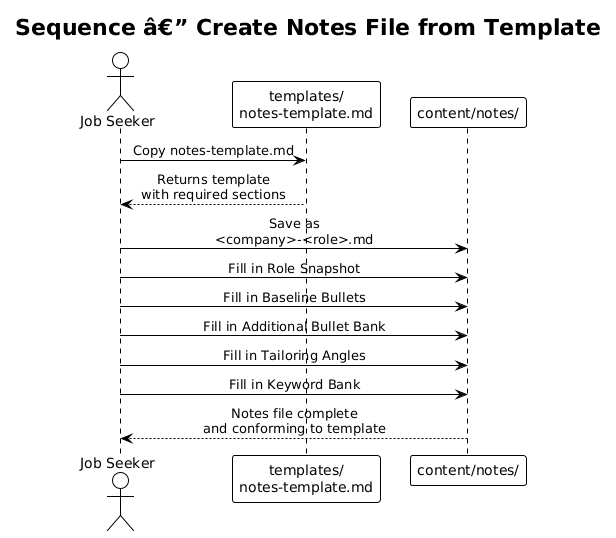
QuinntyneBrown/Orbit keeps this PlantUML diagram as docs/detailed-designs/01-resume-content-management/diagrams/sequence_notes_template.png. Above is the earlier version. The source it was exported from:
```plantuml
@startuml
!theme plain
skinparam sequenceMessageAlign center

title Sequence â€” Create Notes File from Template

actor "Job Seeker" as User
participant "templates/\nnotes-template.md" as Template
participant "content/notes/" as Notes

User -> Template : Copy notes-template.md
Template --> User : Returns template\nwith required sections

User -> Notes : Save as\n<company>-<role>.md

User -> Notes : Fill in Role Snapshot
User -> Notes : Fill in Baseline Bullets
User -> Notes : Fill in Additional Bullet Bank
User -> Notes : Fill in Tailoring Angles
User -> Notes : Fill in Keyword Bank

Notes --> User : Notes file complete\nand conforming to template
@enduml
```
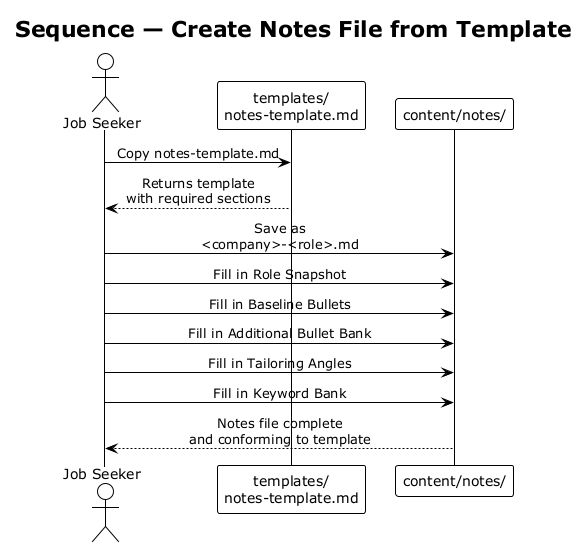
After the commit.

Change to the diagram source:
```diff
@@ -1,8 +1,8 @@
-@startuml
+@startuml sequence_notes_template
 !theme plain
 skinparam sequenceMessageAlign center
 
-title Sequence â€” Create Notes File from Template
+title Sequence — Create Notes File from Template
 
 actor "Job Seeker" as User
 participant "templates/\nnotes-template.md" as Template
@@ -20,4 +20,5 @@
 User -> Notes : Fill in Keyword Bank
 
 Notes --> User : Notes file complete\nand conforming to template
+
 @enduml
```
